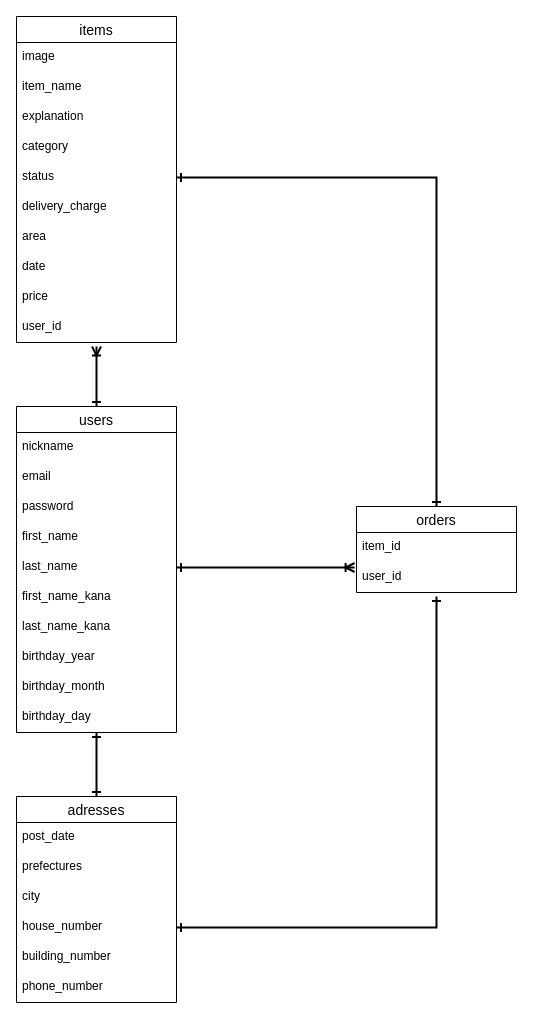
Above: furima.dio in yuuuuyas/furima-36680 (draw.io), before the change. Source tidied: cells renumbered, new cells numbered last; positions are measured from the earlier drawing's top-left corner, leaving out a move shared by most shapes. Both pictures are drawn from the tidied source at 100%, with x=0, y=0 at pixel (16, 16).
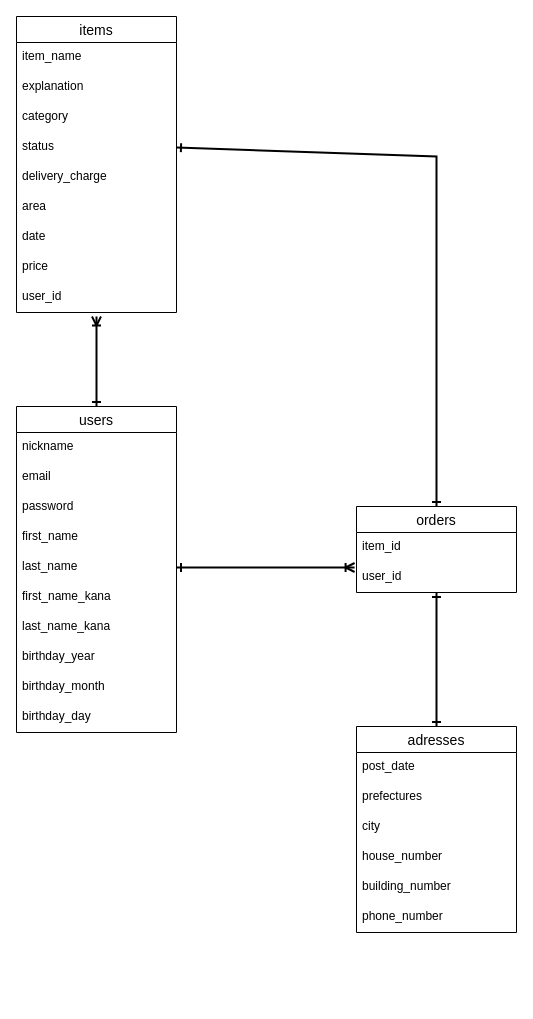
The same diagram, later.

Commit message (it also covers changes not shown here):
READMEにDB設計を記述

Unchanged cells that the change refers to:
```xml
<mxCell id="4" value="users" style="swimlane;fontStyle=0;horizontal=1;startSize=26;align=center;fontSize=14;" parent="1" vertex="1">
  <mxGeometry y="390" width="160" height="326" as="geometry" />
</mxCell>
<mxCell id="14" value="birthday_day" style="text;strokeColor=none;fillColor=none;spacingLeft=4;spacingRight=4;overflow=hidden;points=[[0,0.5],[1,0.5]];portConstraint=eastwest;fontSize=12;" parent="4" vertex="1">
  <mxGeometry y="296" width="160" height="30" as="geometry" />
</mxCell>
<mxCell id="26" value="orders" style="swimlane;fontStyle=0;horizontal=1;startSize=26;align=center;fontSize=14;" parent="1" vertex="1">
  <mxGeometry x="340" y="490" width="160" height="86" as="geometry" />
</mxCell>
<mxCell id="33" value="house_number" style="text;strokeColor=none;fillColor=none;spacingLeft=4;spacingRight=4;overflow=hidden;points=[[0,0.5],[1,0.5]];portConstraint=eastwest;fontSize=12;" parent="29" vertex="1">
  <mxGeometry y="116" width="160" height="30" as="geometry" />
</mxCell>
```

The edit, as a diff of the source:
```diff
@@
     <mxCell id="2" style="edgeStyle=none;html=1;exitX=0.5;exitY=0;exitDx=0;exitDy=0;startArrow=ERone;startFill=0;strokeWidth=2;endArrow=ERoneToMany;endFill=0;" parent="1" edge="1" source="4">
       <mxGeometry relative="1" as="geometry">
-        <mxPoint x="80" y="330" as="targetPoint" />
+        <mxPoint x="80" y="300" as="targetPoint" />
       </mxGeometry>
     </mxCell>
-    <mxCell id="3" style="edgeStyle=none;rounded=0;html=1;startArrow=ERone;startFill=0;endArrow=ERone;endFill=0;strokeWidth=2;entryX=0.5;entryY=0;entryDx=0;entryDy=0;" parent="1" edge="1" source="4" target="29">
-      <mxGeometry relative="1" as="geometry" />
-    </mxCell>
@@
+    <mxCell id="3" style="edgeStyle=none;rounded=0;html=1;startArrow=ERone;startFill=0;endArrow=ERone;endFill=0;strokeWidth=2;entryX=0.494;entryY=0.967;entryDx=0;entryDy=0;entryPerimeter=0;" parent="4" edge="1" source="4" target="14">
+      <mxGeometry relative="1" as="geometry" />
+    </mxCell>
     <mxCell id="15" value="items" style="swimlane;fontStyle=0;horizontal=1;startSize=26;align=center;fontSize=14;" parent="1" vertex="1">
-      <mxGeometry width="160" height="326" as="geometry" />
+      <mxGeometry width="160" height="296" as="geometry" />
     </mxCell>
-    <mxCell id="16" value="image" style="text;strokeColor=none;fillColor=none;spacingLeft=4;spacingRight=4;overflow=hidden;fontSize=12;" parent="15" vertex="1">
-      <mxGeometry y="26" width="160" height="30" as="geometry" />
-    </mxCell>
     <mxCell id="17" value="item_name" style="text;strokeColor=none;fillColor=none;spacingLeft=4;spacingRight=4;overflow=hidden;fontSize=12;" parent="15" vertex="1">
-      <mxGeometry y="56" width="160" height="30" as="geometry" />
+      <mxGeometry y="26" width="160" height="30" as="geometry" />
     </mxCell>
     <mxCell id="18" value="explanation" style="text;strokeColor=none;fillColor=none;spacingLeft=4;spacingRight=4;overflow=hidden;fontSize=12;" parent="15" vertex="1">
-      <mxGeometry y="86" width="160" height="30" as="geometry" />
+      <mxGeometry y="56" width="160" height="30" as="geometry" />
     </mxCell>
     <mxCell id="19" value="category" style="text;strokeColor=none;fillColor=none;spacingLeft=4;spacingRight=4;overflow=hidden;fontSize=12;" parent="15" vertex="1">
-      <mxGeometry y="116" width="160" height="30" as="geometry" />
+      <mxGeometry y="86" width="160" height="30" as="geometry" />
     </mxCell>
     <mxCell id="20" value="status" style="text;strokeColor=none;fillColor=none;spacingLeft=4;spacingRight=4;overflow=hidden;points=[[0,0.5],[1,0.5]];portConstraint=eastwest;fontSize=12;" parent="15" vertex="1">
-      <mxGeometry y="146" width="160" height="30" as="geometry" />
+      <mxGeometry y="116" width="160" height="30" as="geometry" />
     </mxCell>
     <mxCell id="21" value="delivery_charge" style="text;strokeColor=none;fillColor=none;spacingLeft=4;spacingRight=4;overflow=hidden;fontSize=12;" parent="15" vertex="1">
-      <mxGeometry y="176" width="160" height="30" as="geometry" />
+      <mxGeometry y="146" width="160" height="30" as="geometry" />
     </mxCell>
     <mxCell id="22" value="area" style="text;strokeColor=none;fillColor=none;spacingLeft=4;spacingRight=4;overflow=hidden;fontSize=12;" parent="15" vertex="1">
-      <mxGeometry y="206" width="160" height="30" as="geometry" />
+      <mxGeometry y="176" width="160" height="30" as="geometry" />
     </mxCell>
     <mxCell id="23" value="date" style="text;strokeColor=none;fillColor=none;spacingLeft=4;spacingRight=4;overflow=hidden;fontSize=12;" parent="15" vertex="1">
-      <mxGeometry y="236" width="160" height="30" as="geometry" />
+      <mxGeometry y="206" width="160" height="30" as="geometry" />
     </mxCell>
     <mxCell id="24" value="price" style="text;strokeColor=none;fillColor=none;spacingLeft=4;spacingRight=4;overflow=hidden;fontSize=12;" parent="15" vertex="1">
-      <mxGeometry y="266" width="160" height="30" as="geometry" />
+      <mxGeometry y="236" width="160" height="30" as="geometry" />
     </mxCell>
     <mxCell id="25" value="user_id" style="text;strokeColor=none;fillColor=none;spacingLeft=4;spacingRight=4;overflow=hidden;fontSize=12;" parent="15" vertex="1">
-      <mxGeometry y="296" width="160" height="30" as="geometry" />
+      <mxGeometry y="266" width="160" height="30" as="geometry" />
     </mxCell>
+    <mxCell id="39" style="edgeStyle=none;rounded=0;html=1;startArrow=ERone;startFill=0;endArrow=ERone;endFill=0;strokeWidth=2;entryX=0.5;entryY=0;entryDx=0;entryDy=0;" parent="1" edge="1" source="26" target="29">
+      <mxGeometry relative="1" as="geometry" />
+    </mxCell>
@@
     <mxCell id="29" value="adresses" style="swimlane;fontStyle=0;horizontal=1;startSize=26;align=center;fontSize=14;" parent="1" vertex="1">
-      <mxGeometry y="780" width="160" height="206" as="geometry" />
+      <mxGeometry x="340" y="710" width="160" height="206" as="geometry" />
     </mxCell>
@@
     <mxCell id="36" style="edgeStyle=none;html=1;exitX=1;exitY=0.5;exitDx=0;exitDy=0;entryX=0.5;entryY=0;entryDx=0;entryDy=0;startArrow=ERone;startFill=0;endArrow=ERone;endFill=0;strokeWidth=2;rounded=0;" parent="1" edge="1" source="20" target="26">
       <mxGeometry relative="1" as="geometry">
         <Array as="points">
-          <mxPoint x="420" y="161" />
+          <mxPoint x="420" y="140" />
         </Array>
       </mxGeometry>
     </mxCell>
-    <mxCell id="37" style="edgeStyle=none;rounded=0;html=1;startArrow=ERone;startFill=0;endArrow=ERone;endFill=0;strokeWidth=2;exitX=1;exitY=0.5;exitDx=0;exitDy=0;" parent="1" edge="1" source="33">
-      <mxGeometry relative="1" as="geometry">
-        <mxPoint x="420" y="580" as="targetPoint" />
-        <Array as="points">
-          <mxPoint x="420" y="911" />
-        </Array>
-      </mxGeometry>
-    </mxCell>
```
